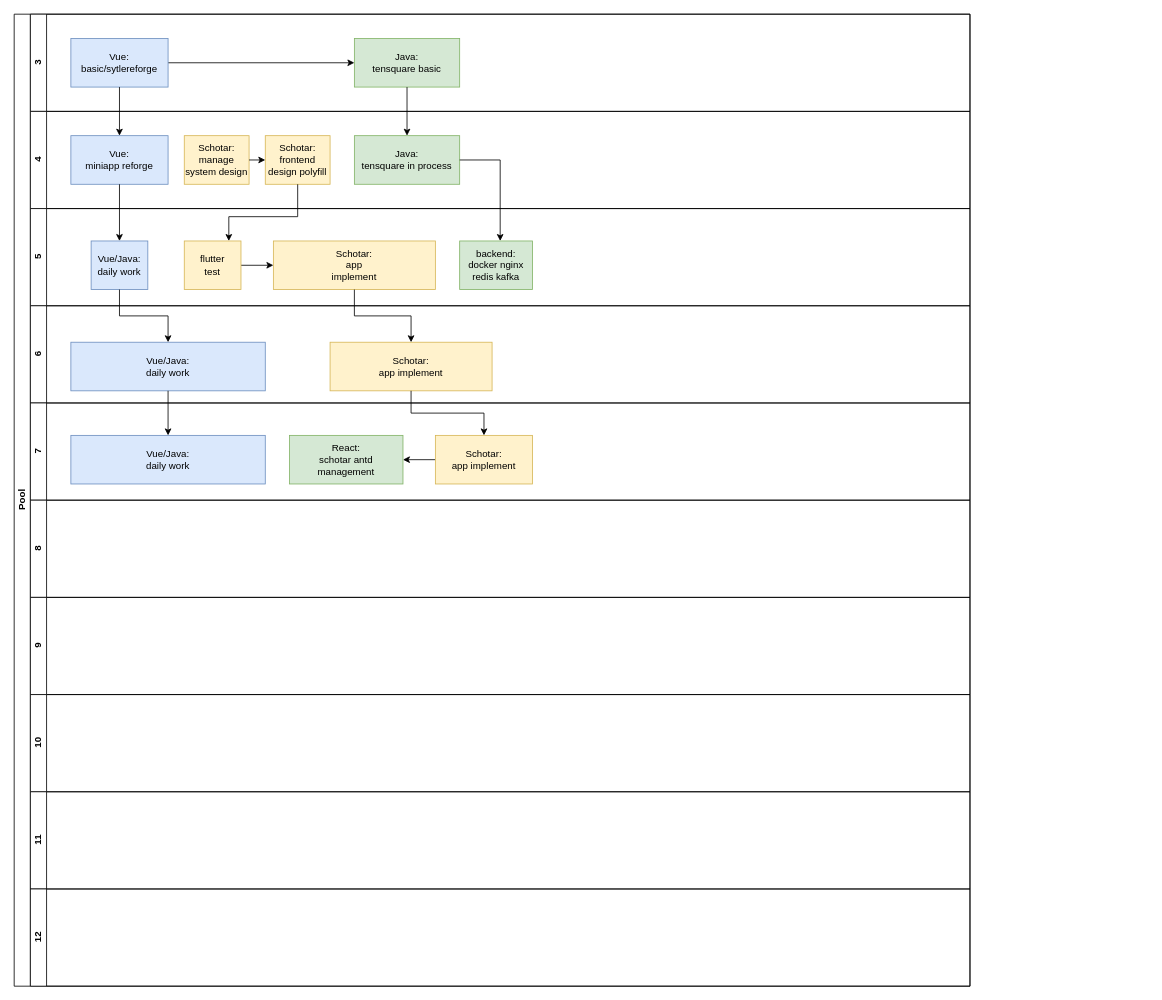
Before: 2021_roadmap.drawio in iamlightart/MBACourse, a draw.io diagram. Source tidied: cells renumbered, new cells numbered last; positions are measured from the earlier drawing's top-left corner, leaving out a move shared by most shapes. Both pictures are drawn from the tidied source at 81%, with x=0, y=0 at pixel (14, 14).
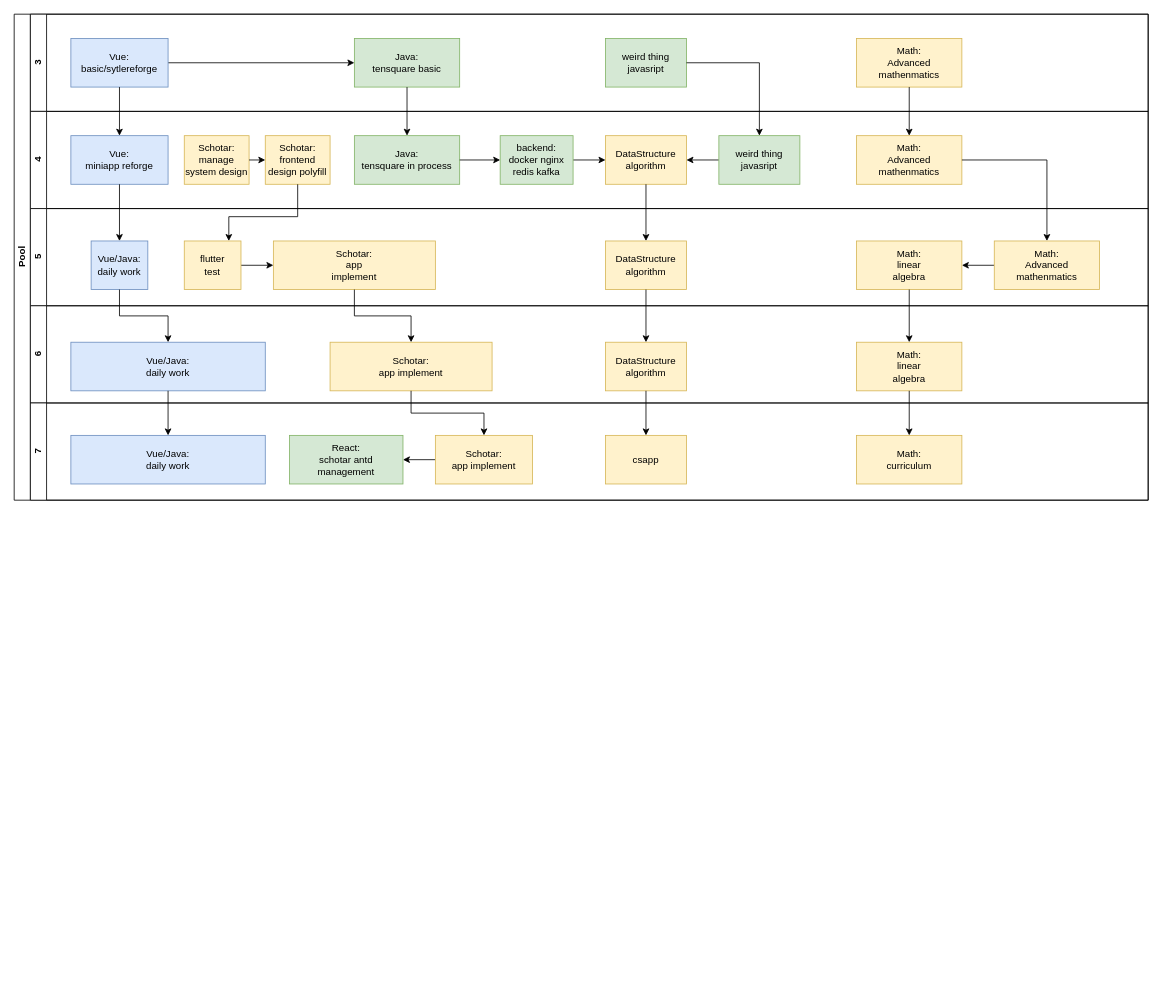
Above is the later version.

The change refers to these unchanged cells:
```xml
<mxCell id="8" value="Java:&lt;br&gt;tensquare in process" style="rounded=0;whiteSpace=wrap;html=1;fontFamily=Helvetica;fontSize=12;align=center;fillColor=#d5e8d4;strokeColor=#82b366;" parent="7" vertex="1">
  <mxGeometry x="400" y="30" width="130" height="60" as="geometry" />
</mxCell>
```

Change to the diagram source:
```diff
@@
     <mxCell id="2" value="Pool" style="swimlane;html=1;horizontal=0;startSize=20;" parent="1" vertex="1">
-      <mxGeometry width="1180" height="1200" as="geometry" />
+      <mxGeometry width="1400" height="600" as="geometry" />
     </mxCell>
     <mxCell id="3" value="3" style="swimlane;html=1;startSize=20;horizontal=0;" parent="2" vertex="1">
-      <mxGeometry x="20" width="1160" height="120" as="geometry" />
+      <mxGeometry x="20" width="1380" height="120" as="geometry" />
     </mxCell>
@@
+    <mxCell id="41" value="Math:&lt;br&gt;Advanced mathenmatics" style="rounded=0;whiteSpace=wrap;html=1;fontFamily=Helvetica;fontSize=12;align=center;fillColor=#fff2cc;strokeColor=#d6b656;" parent="3" vertex="1">
+      <mxGeometry x="1020" y="30" width="130" height="60" as="geometry" />
+    </mxCell>
+    <mxCell id="42" value="weird thing javasript" style="rounded=0;whiteSpace=wrap;html=1;fontFamily=Helvetica;fontSize=12;align=center;fillColor=#d5e8d4;strokeColor=#82b366;" parent="3" vertex="1">
+      <mxGeometry x="710" y="30" width="100" height="60" as="geometry" />
+    </mxCell>
     <mxCell id="7" value="4" style="swimlane;html=1;startSize=20;horizontal=0;" parent="2" vertex="1">
-      <mxGeometry x="20" y="120" width="1160" height="120" as="geometry" />
+      <mxGeometry x="20" y="120" width="1380" height="120" as="geometry" />
     </mxCell>
@@
+    <mxCell id="43" value="Math:&lt;br&gt;Advanced mathenmatics" style="rounded=0;whiteSpace=wrap;html=1;fontFamily=Helvetica;fontSize=12;align=center;fillColor=#fff2cc;strokeColor=#d6b656;" parent="7" vertex="1">
+      <mxGeometry x="1020" y="30" width="130" height="60" as="geometry" />
+    </mxCell>
+    <mxCell id="44" style="edgeStyle=orthogonalEdgeStyle;rounded=0;jettySize=auto;html=1;exitX=1;exitY=0.5;exitDx=0;exitDy=0;" parent="7" edge="1" source="14" target="45">
+      <mxGeometry relative="1" as="geometry" />
+    </mxCell>
+    <mxCell id="14" value="backend:&lt;br&gt;docker nginx redis kafka" style="rounded=0;whiteSpace=wrap;html=1;fontFamily=Helvetica;fontSize=12;align=center;fillColor=#d5e8d4;strokeColor=#82b366;" parent="7" vertex="1">
+      <mxGeometry x="580" y="30" width="90" height="60" as="geometry" />
+    </mxCell>
+    <mxCell id="34" style="edgeStyle=orthogonalEdgeStyle;rounded=0;jettySize=auto;html=1;exitX=1;exitY=0.5;exitDx=0;exitDy=0;" parent="7" edge="1" source="8" target="14">
+      <mxGeometry relative="1" as="geometry">
+        <Array as="points">
+          <mxPoint x="580" y="60" />
+        </Array>
+      </mxGeometry>
+    </mxCell>
+    <mxCell id="45" value="DataStructure&lt;br&gt;algorithm" style="rounded=0;whiteSpace=wrap;html=1;fontFamily=Helvetica;fontSize=12;align=center;fillColor=#fff2cc;strokeColor=#d6b656;" parent="7" vertex="1">
+      <mxGeometry x="710" y="30" width="100" height="60" as="geometry" />
+    </mxCell>
+    <mxCell id="46" style="edgeStyle=orthogonalEdgeStyle;rounded=0;jettySize=auto;html=1;exitX=0;exitY=0.5;exitDx=0;exitDy=0;" parent="7" edge="1" source="47" target="45">
+      <mxGeometry relative="1" as="geometry" />
+    </mxCell>
+    <mxCell id="47" value="weird thing javasript" style="rounded=0;whiteSpace=wrap;html=1;fontFamily=Helvetica;fontSize=12;align=center;fillColor=#d5e8d4;strokeColor=#82b366;" parent="7" vertex="1">
+      <mxGeometry x="850" y="30" width="100" height="60" as="geometry" />
+    </mxCell>
     <mxCell id="13" value="5" style="swimlane;html=1;startSize=20;horizontal=0;" parent="2" vertex="1">
-      <mxGeometry x="20" y="240" width="1160" height="120" as="geometry" />
+      <mxGeometry x="20" y="240" width="1380" height="120" as="geometry" />
     </mxCell>
-    <mxCell id="14" value="backend:&lt;br&gt;docker nginx redis kafka" style="rounded=0;whiteSpace=wrap;html=1;fontFamily=Helvetica;fontSize=12;align=center;fillColor=#d5e8d4;strokeColor=#82b366;" parent="13" vertex="1">
-      <mxGeometry x="530" y="40" width="90" height="60" as="geometry" />
-    </mxCell>
@@
+    <mxCell id="48" style="edgeStyle=orthogonalEdgeStyle;rounded=0;jettySize=auto;html=1;exitX=0;exitY=0.5;exitDx=0;exitDy=0;" parent="13" edge="1" source="49" target="50">
+      <mxGeometry relative="1" as="geometry" />
+    </mxCell>
+    <mxCell id="49" value="Math:&lt;br&gt;Advanced mathenmatics" style="rounded=0;whiteSpace=wrap;html=1;fontFamily=Helvetica;fontSize=12;align=center;fillColor=#fff2cc;strokeColor=#d6b656;" parent="13" vertex="1">
+      <mxGeometry x="1190" y="40" width="130" height="60" as="geometry" />
+    </mxCell>
+    <mxCell id="50" value="Math:&lt;br&gt;linear&lt;br&gt;algebra" style="rounded=0;whiteSpace=wrap;html=1;fontFamily=Helvetica;fontSize=12;align=center;fillColor=#fff2cc;strokeColor=#d6b656;" parent="13" vertex="1">
+      <mxGeometry x="1020" y="40" width="130" height="60" as="geometry" />
+    </mxCell>
+    <mxCell id="51" value="DataStructure&lt;br&gt;algorithm" style="rounded=0;whiteSpace=wrap;html=1;fontFamily=Helvetica;fontSize=12;align=center;fillColor=#fff2cc;strokeColor=#d6b656;" parent="13" vertex="1">
+      <mxGeometry x="710" y="40" width="100" height="60" as="geometry" />
+    </mxCell>
     <mxCell id="19" value="6" style="swimlane;html=1;startSize=20;horizontal=0;" parent="2" vertex="1">
-      <mxGeometry x="20" y="360" width="1160" height="120" as="geometry" />
+      <mxGeometry x="20" y="360" width="1380" height="120" as="geometry" />
     </mxCell>
@@
+    <mxCell id="52" value="Math:&lt;br&gt;linear&lt;br&gt;algebra" style="rounded=0;whiteSpace=wrap;html=1;fontFamily=Helvetica;fontSize=12;align=center;fillColor=#fff2cc;strokeColor=#d6b656;" parent="19" vertex="1">
+      <mxGeometry x="1020" y="45" width="130" height="60" as="geometry" />
+    </mxCell>
+    <mxCell id="53" value="DataStructure&lt;br&gt;algorithm" style="rounded=0;whiteSpace=wrap;html=1;fontFamily=Helvetica;fontSize=12;align=center;fillColor=#fff2cc;strokeColor=#d6b656;" parent="19" vertex="1">
+      <mxGeometry x="710" y="45" width="100" height="60" as="geometry" />
+    </mxCell>
     <mxCell id="22" value="7" style="swimlane;html=1;startSize=20;horizontal=0;" parent="2" vertex="1">
-      <mxGeometry x="20" y="480" width="1160" height="120" as="geometry" />
+      <mxGeometry x="20" y="480" width="1380" height="120" as="geometry" />
     </mxCell>
@@
-    <mxCell id="27" value="8" style="swimlane;html=1;startSize=20;horizontal=0;" parent="2" vertex="1">
-      <mxGeometry x="20" y="600" width="1160" height="120" as="geometry" />
-    </mxCell>
-    <mxCell id="28" value="9" style="swimlane;html=1;startSize=20;horizontal=0;" parent="2" vertex="1">
-      <mxGeometry x="20" y="720" width="1160" height="120" as="geometry" />
-    </mxCell>
-    <mxCell id="29" value="10" style="swimlane;html=1;startSize=20;horizontal=0;" parent="2" vertex="1">
-      <mxGeometry x="20" y="840" width="1160" height="120" as="geometry" />
-    </mxCell>
-    <mxCell id="30" value="11" style="swimlane;html=1;startSize=20;horizontal=0;" parent="2" vertex="1">
-      <mxGeometry x="20" y="960" width="1160" height="120" as="geometry" />
-    </mxCell>
-    <mxCell id="31" value="12" style="swimlane;html=1;startSize=20;horizontal=0;" parent="2" vertex="1">
-      <mxGeometry x="20" y="1080" width="1160" height="120" as="geometry" />
-    </mxCell>
+    <mxCell id="54" value="Math:&lt;br&gt;curriculum" style="rounded=0;whiteSpace=wrap;html=1;fontFamily=Helvetica;fontSize=12;align=center;fillColor=#fff2cc;strokeColor=#d6b656;" parent="22" vertex="1">
+      <mxGeometry x="1020" y="40" width="130" height="60" as="geometry" />
+    </mxCell>
+    <mxCell id="55" value="csapp" style="rounded=0;whiteSpace=wrap;html=1;fontFamily=Helvetica;fontSize=12;align=center;fillColor=#fff2cc;strokeColor=#d6b656;" parent="22" vertex="1">
+      <mxGeometry x="710" y="40" width="100" height="60" as="geometry" />
+    </mxCell>
+    <mxCell id="56" style="edgeStyle=orthogonalEdgeStyle;rounded=0;jettySize=auto;html=1;" parent="2" edge="1" source="41" target="43">
+      <mxGeometry relative="1" as="geometry" />
+    </mxCell>
+    <mxCell id="57" style="edgeStyle=orthogonalEdgeStyle;rounded=0;jettySize=auto;html=1;entryX=0.5;entryY=0;entryDx=0;entryDy=0;" parent="2" edge="1" source="43" target="49">
+      <mxGeometry relative="1" as="geometry" />
+    </mxCell>
+    <mxCell id="58" style="edgeStyle=orthogonalEdgeStyle;rounded=0;jettySize=auto;html=1;exitX=0.5;exitY=1;exitDx=0;exitDy=0;entryX=0.5;entryY=0;entryDx=0;entryDy=0;" parent="2" edge="1" source="50" target="52">
+      <mxGeometry relative="1" as="geometry" />
+    </mxCell>
+    <mxCell id="59" style="edgeStyle=orthogonalEdgeStyle;rounded=0;jettySize=auto;html=1;entryX=0.5;entryY=0;entryDx=0;entryDy=0;" parent="2" edge="1" source="52" target="54">
+      <mxGeometry relative="1" as="geometry" />
+    </mxCell>
@@
-    <mxCell id="34" style="edgeStyle=orthogonalEdgeStyle;rounded=0;jettySize=auto;html=1;exitX=1;exitY=0.5;exitDx=0;exitDy=0;" parent="2" edge="1" source="8" target="14">
-      <mxGeometry relative="1" as="geometry">
-        <Array as="points">
-          <mxPoint x="600" y="180" />
-        </Array>
-      </mxGeometry>
-    </mxCell>
@@
+    <mxCell id="60" style="edgeStyle=orthogonalEdgeStyle;rounded=0;jettySize=auto;html=1;" parent="2" edge="1" source="45" target="51">
+      <mxGeometry relative="1" as="geometry" />
+    </mxCell>
+    <mxCell id="61" style="edgeStyle=orthogonalEdgeStyle;rounded=0;jettySize=auto;html=1;exitX=0.5;exitY=1;exitDx=0;exitDy=0;entryX=0.5;entryY=0;entryDx=0;entryDy=0;" parent="2" edge="1" source="51" target="53">
+      <mxGeometry relative="1" as="geometry" />
+    </mxCell>
+    <mxCell id="62" style="edgeStyle=orthogonalEdgeStyle;rounded=0;jettySize=auto;html=1;" parent="2" edge="1" source="53" target="55">
+      <mxGeometry relative="1" as="geometry" />
+    </mxCell>
+    <mxCell id="63" style="edgeStyle=orthogonalEdgeStyle;rounded=0;jettySize=auto;html=1;entryX=0.5;entryY=0;entryDx=0;entryDy=0;" parent="2" edge="1" source="42" target="47">
+      <mxGeometry relative="1" as="geometry" />
+    </mxCell>
```
